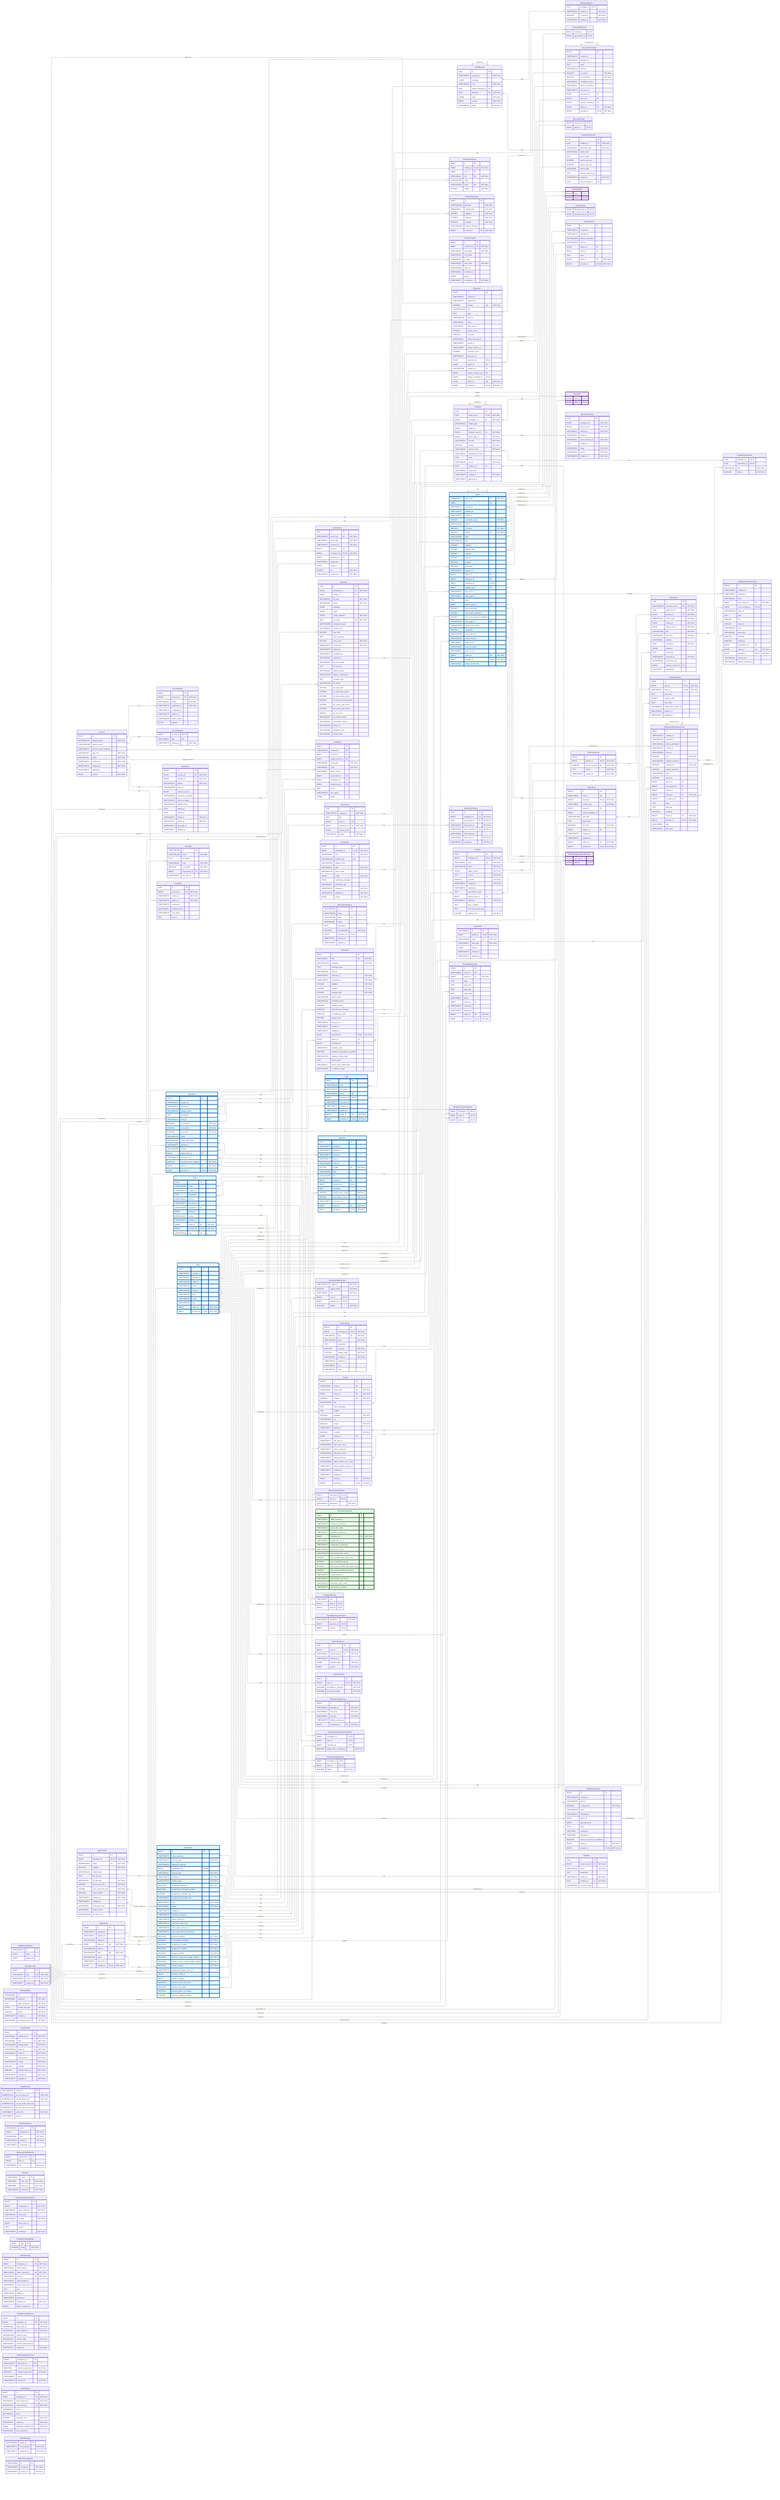
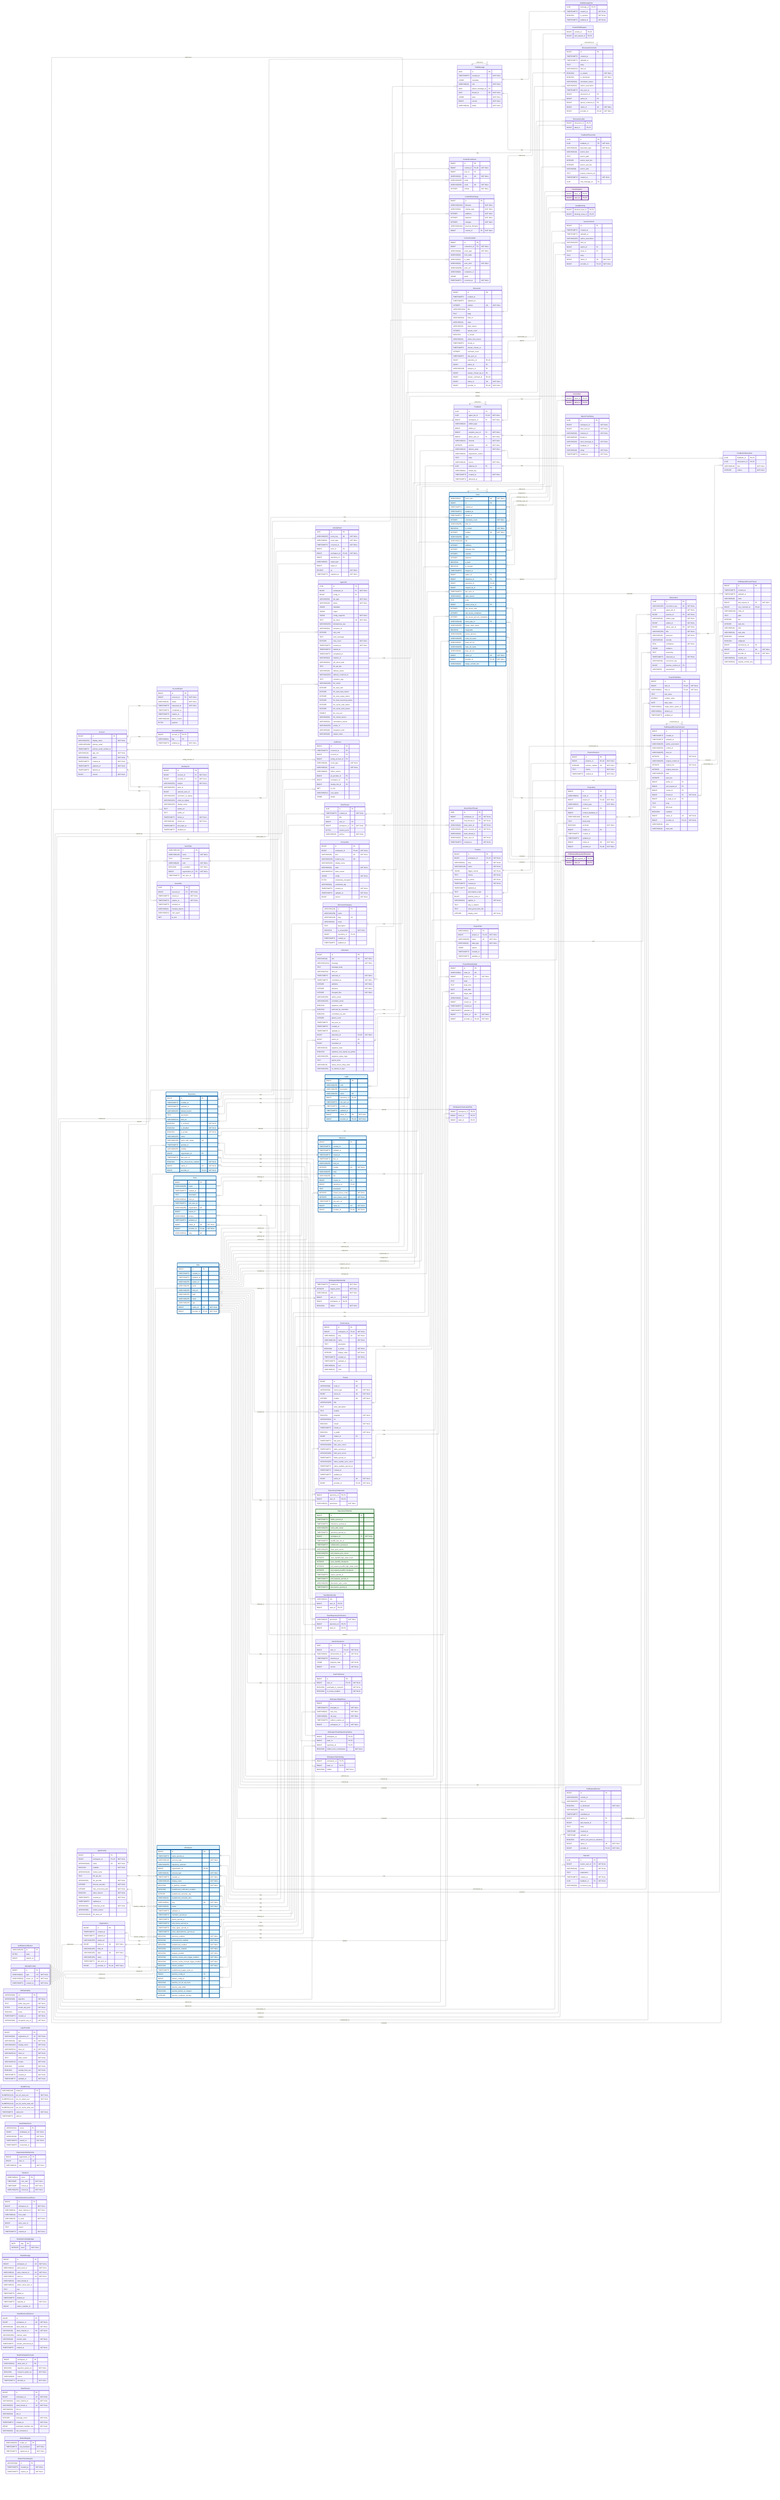
---
config:
    layout: elk
---
erDiagram
    %% Generated automatically from PostgreSQL database schema
    %% using scripts/generate-mermaid-erd.ts
    %% To regenerate: pnpm run db:generate-erd-docs

    direction LR

    Account {
        BIGINT id PK
        VARCHAR(255) display_name "NOT NULL"
        USER-DEFINED primary_email
        TIMESTAMPTZ primary_email_verified_at
        VARCHAR(16) app_role "NOT NULL"
        VARCHAR(16) status "NOT NULL"
        TIMESTAMPTZ created_at "NOT NULL"
        TIMESTAMPTZ updated_at "NOT NULL"
        TIMESTAMPTZ deleted_at
        BIGINT version "NOT NULL"
    }

    AccountExport {
        BIGINT id PK
        BIGINT account_id FK "NOT NULL"
        VARCHAR(16) status "NOT NULL"
        TIMESTAMPTZ requested_at "NOT NULL"
        TIMESTAMPTZ completed_at
        TIMESTAMPTZ expires_at
        VARCHAR(128) failure_reason
        BYTEA payload
    }

    AccountFeature {
        BIGINT account_id PK,FK
        VARCHAR(64) flag PK
        TIMESTAMPTZ enabled_at "NOT NULL"
    }

    ActivityEvent {
        UUID id PK
        VARCHAR(255) event_key UK "NOT NULL"
        VARCHAR(64) event_type "NOT NULL"
        TIMESTAMPTZ occurred_at "NOT NULL"
        BIGINT actor_id FK
        BIGINT workspace_id FK,UK "NOT NULL"
        BIGINT repository_id FK
        VARCHAR(32) target_type
        BIGINT target_id
        DOUBLE xp "NOT NULL"
        TIMESTAMPTZ ingested_at "NOT NULL"
    }

    AgentConfig {
        BIGINT id PK
        BIGINT workspace_id FK,UK "NOT NULL"
        VARCHAR(100) name UK "NOT NULL"
        BOOLEAN enabled "NOT NULL"
        VARCHAR(128) model_name
        TEXT llm_api_key
        VARCHAR(32) llm_provider "NOT NULL"
        INTEGER timeout_seconds "NOT NULL"
        INTEGER max_concurrent_jobs "NOT NULL"
        BOOLEAN allow_internet "NOT NULL"
        TIMESTAMPTZ created_at "NOT NULL"
        TIMESTAMPTZ updated_at
        VARCHAR(16) credential_mode "NOT NULL"
        VARCHAR(50) model_version
        VARCHAR(2048) llm_base_url
    }

    AgentJob {
        UUID id PK
        BIGINT workspace_id FK "NOT NULL"
        BIGINT config_id FK
        VARCHAR(50) job_type "NOT NULL"
        VARCHAR(20) status "NOT NULL"
        JSONB metadata
        JSONB output
        JSONB config_snapshot "NOT NULL"
        TEXT job_token UK "NOT NULL"
        VARCHAR(255) idempotency_key
        VARCHAR(64) container_id
        INTEGER exit_code
        TEXT error_message
        INTEGER retry_count "NOT NULL"
        TIMESTAMPTZ created_at "NOT NULL"
        TIMESTAMPTZ started_at
        TIMESTAMPTZ completed_at
        VARCHAR(64) network_id
        VARCHAR(64) job_token_hash
        TEXT llm_api_key
        VARCHAR(20) delivery_status
        VARCHAR(255) delivery_comment_id
        TEXT container_logs
        VARCHAR(100) llm_model
        INTEGER llm_total_calls
        INTEGER llm_total_input_tokens
        INTEGER llm_total_output_tokens
        INTEGER llm_total_reasoning_tokens
        INTEGER llm_cache_read_tokens
        INTEGER llm_cache_write_tokens
        DOUBLE llm_cost_usd
        VARCHAR(50) llm_model_version
        VARCHAR(32) cancellation_reason
        VARCHAR(255) worker_id
        VARCHAR(48) integration_kind
        VARCHAR(48) subject_class
    }

    AuthEvent {
        BIGINT id PK
        TIMESTAMPTZ occurred_at PK
        BIGINT account_id FK
        BIGINT acting_account_id FK
        VARCHAR(48) event_type "NOT NULL"
        VARCHAR(16) result "NOT NULL"
        VARCHAR(64) failure_reason
        BIGINT git_provider_id FK
        BIGINT workspace_id FK
        BIGINT identity_link_id FK
        INET ip_inet
        VARCHAR(512) user_agent
        JSONB details
    }

    AuthRateLimitBucket {
        VARCHAR(255) id PK
        BYTEA state
        BIGINT expires_at
    }

    ChatMessage {
        UUID id PK
        TIMESTAMPTZ created_at "NOT NULL"
        JSONB metadata
        VARCHAR(16) role "NOT NULL"
        UUID parent_message_id FK
        UUID thread_id FK "NOT NULL"
        JSONB parts "NOT NULL"
        BIGINT version "NOT NULL"
        VARCHAR(16) status "NOT NULL"
    }

    ChatMessageVote {
        UUID message_id PK,FK
        TIMESTAMPTZ created_at "NOT NULL"
        BOOLEAN is_upvoted "NOT NULL"
        TIMESTAMPTZ updated_at "NOT NULL"
    }

    ChatThread {
        UUID id PK
        TIMESTAMPTZ created_at "NOT NULL"
        TEXT title
        BIGINT user_id FK
        BIGINT workspace_id FK "NOT NULL"
        BYTEA session_jsonl
        VARCHAR(16) surface "NOT NULL"
    }

    CommitContributor {
        BIGINT id PK
        BIGINT commit_id FK,UK "NOT NULL"
        BIGINT user_id FK
        VARCHAR(32) role UK "NOT NULL"
        VARCHAR(255) name
        VARCHAR(255) email UK "NOT NULL"
        INTEGER ordinal "NOT NULL"
    }

    CommitFileChange {
        BIGINT id PK
        VARCHAR(1024) filename "NOT NULL"
        VARCHAR(32) change_type "NOT NULL"
        INTEGER additions "NOT NULL"
        INTEGER deletions "NOT NULL"
        INTEGER changes "NOT NULL"
        VARCHAR(1024) previous_filename
        BIGINT commit_id FK "NOT NULL"
    }

    CommitPullRequest {
        BIGINT commit_id PK,FK
        BIGINT pull_request_id PK,FK
    }

    Connection {
        BIGINT id PK
        BIGINT workspace_id FK,UK "NOT NULL"
        VARCHAR(48) kind UK "NOT NULL"
        VARCHAR(128) instance_key UK
        VARCHAR(256) display_name
        VARCHAR(32) state "NOT NULL"
        VARCHAR(512) state_reason
        JSONB config "NOT NULL"
        BYTEA credentials_encrypted
        VARCHAR(64) credentials_alg
        TIMESTAMPTZ created_at "NOT NULL"
        TIMESTAMPTZ updated_at "NOT NULL"
        BIGINT version "NOT NULL"
    }

    ConnectionAudit {
        BIGINT id PK
        BIGINT connection_id FK "NOT NULL"
        VARCHAR(48) event_type "NOT NULL"
        VARCHAR(32) from_state
        VARCHAR(32) to_state
        VARCHAR(32) actor_kind "NOT NULL"
        VARCHAR(256) actor_ref
        VARCHAR(64) correlation_id
        JSONB detail
        TIMESTAMPTZ occurred_at "NOT NULL"
    }

    Discussion {
        BIGINT id PK
        TIMESTAMPTZ created_at
        TIMESTAMPTZ updated_at
        INTEGER number UK "NOT NULL"
        VARCHAR(1024) title
        TEXT body
        VARCHAR(512) html_url
        VARCHAR(16) state
        VARCHAR(32) state_reason
        INTEGER upvote_count
        BOOLEAN is_locked
        VARCHAR(32) active_lock_reason
        TIMESTAMPTZ closed_at
        TIMESTAMPTZ answer_chosen_at
        INTEGER comment_count
        TIMESTAMPTZ last_sync_at
        BIGINT repository_id FK,UK
        BIGINT author_id FK
        VARCHAR(128) category_id FK
        BIGINT answer_chosen_by_id FK
        BIGINT answer_comment_id FK,UK
        BIGINT native_id UK "NOT NULL"
        BIGINT provider_id FK,UK "NOT NULL"
    }

    DiscussionCategory {
        VARCHAR(128) id PK
        VARCHAR(255) name
        VARCHAR(128) slug UK
        VARCHAR(32) emoji
        TEXT description
        BOOLEAN is_answerable "NOT NULL"
        BIGINT repository_id FK,UK
        TIMESTAMPTZ created_at
        TIMESTAMPTZ updated_at
    }

    DiscussionComment {
        BIGINT id PK
        TIMESTAMPTZ created_at
        TIMESTAMPTZ updated_at
        TEXT body
        VARCHAR(512) html_url
        BOOLEAN is_answer "NOT NULL"
        BOOLEAN is_minimized "NOT NULL"
        VARCHAR(64) minimized_reason
        VARCHAR(32) author_association
        TIMESTAMPTZ last_sync_at
        BIGINT discussion_id FK
        BIGINT author_id FK
        BIGINT parent_comment_id FK
        BIGINT native_id UK "NOT NULL"
        BIGINT provider_id FK,UK "NOT NULL"
    }

    DiscussionLabel {
        BIGINT discussion_id PK,FK
        BIGINT label_id PK,FK
    }

    Feedback {
        UUID id PK
        UUID agent_job_id FK,UK "NOT NULL"
        BIGINT workspace_id FK "NOT NULL"
        VARCHAR(32) artifact_type
        BIGINT artifact_id
        BIGINT recipient_user_id FK "NOT NULL"
        BIGINT about_user_id FK "NOT NULL"
        VARCHAR(32) channel "NOT NULL"
        INTEGER position UK "NOT NULL"
        VARCHAR(16) delivery_state "NOT NULL"
        VARCHAR(32) suppression_reason
        TEXT body
        VARCHAR(16) source "NOT NULL"
        UUID replaces_id FK
        VARCHAR(64) thread_key
        TIMESTAMPTZ created_at "NOT NULL"
        TIMESTAMPTZ delivered_at
    }

    FeedbackObservation {
        UUID feedback_id PK,FK
        UUID observation_id PK,FK
        VARCHAR(16) role "NOT NULL"
        INTEGER ordinal "NOT NULL"
    }

    FeedbackPlacement {
        UUID id PK
        UUID feedback_id FK "NOT NULL"
        VARCHAR(32) placement_type "NOT NULL"
        VARCHAR(16) anchor_kind
        TEXT anchor_path
        INTEGER anchor_start_line
        INTEGER anchor_end_line
        VARCHAR(8) anchor_side
        TEXT posted_comment_ref
        TIMESTAMPTZ created_at "NOT NULL"
        UUID chat_message_id FK
    }

    GitCommit {
        BIGINT id PK
        VARCHAR(40) sha UK "NOT NULL"
        VARCHAR(1024) message "NOT NULL"
        TEXT message_body
        VARCHAR(512) html_url
        TIMESTAMPTZ authored_at "NOT NULL"
        TIMESTAMPTZ committed_at "NOT NULL"
        INTEGER additions "NOT NULL"
        INTEGER deletions "NOT NULL"
        INTEGER changed_files "NOT NULL"
        VARCHAR(255) author_email
        VARCHAR(255) committer_email
        BOOLEAN signature_valid
        BOOLEAN authored_by_committer
        BOOLEAN committed_via_web
        INTEGER parent_count
        TIMESTAMPTZ last_sync_at
        TIMESTAMPTZ created_at
        TIMESTAMPTZ updated_at
        BIGINT repository_id FK,UK "NOT NULL"
        BIGINT author_id FK
        BIGINT committer_id FK
        VARCHAR(32) signature_state
        BOOLEAN signature_was_signed_by_github
        VARCHAR(255) signature_signer_login
        TEXT parent_shas
        VARCHAR(32) status_check_rollup_state
        VARCHAR(255) on_behalf_of_login
    }

    IdentityLink {
        BIGINT id PK
        BIGINT account_id FK "NOT NULL"
        BIGINT provider_id FK "NOT NULL"
        VARCHAR(255) subject "NOT NULL"
        VARCHAR(255) team_id
        BIGINT external_actor_id
        VARCHAR(255) username_at_signup
        VARCHAR(320) email_at_signup
        VARCHAR(255) display_name
        TEXT avatar_url
        TEXT profile_url
        TIMESTAMPTZ linked_at "NOT NULL"
        VARCHAR(16) linked_via "NOT NULL"
        TIMESTAMPTZ last_login_at
        TIMESTAMPTZ disabled_at
    }

    IdentityProvider {
        BIGINT id PK
        VARCHAR(10) type UK "NOT NULL"
        VARCHAR(512) server_url UK "NOT NULL"
        TIMESTAMPTZ created_at "NOT NULL"
    }

    Issue {
        VARCHAR(31) issue_type UK "NOT NULL"
        BIGINT id PK
        TIMESTAMPTZ created_at
        TIMESTAMPTZ updated_at
        TIMESTAMPTZ closed_at
        INTEGER comments_count "NOT NULL"
        VARCHAR(255) html_url
        BOOLEAN is_locked "NOT NULL"
        INTEGER number UK "NOT NULL"
        VARCHAR(255) state
        VARCHAR(1024) title
        INTEGER additions
        INTEGER changed_files
        INTEGER commits
        INTEGER deletions
        BOOLEAN is_draft
        BOOLEAN is_merged
        TIMESTAMPTZ merged_at
        BIGINT author_id FK
        BIGINT milestone_id FK
        BIGINT repository_id FK,UK
        BIGINT merged_by_id FK
        TIMESTAMPTZ last_sync_at
        VARCHAR(32) state_reason
        TEXT body
        BIGINT parent_issue_id FK
        INTEGER sub_issues_total
        INTEGER sub_issues_completed
        INTEGER sub_issues_percent_completed
        VARCHAR(128) issue_type_id FK
        VARCHAR(255) merge_state_status
        BOOLEAN mergeable
        VARCHAR(255) review_decision
        VARCHAR(255) head_ref_name
        VARCHAR(40) head_ref_oid
        VARCHAR(255) base_ref_name
        VARCHAR(40) base_ref_oid
        BIGINT native_id UK "NOT NULL"
        BIGINT provider_id FK,UK "NOT NULL"
        VARCHAR(40) merge_commit_sha
    }

    IssueAssignee {
        BIGINT issue_id PK,FK
        BIGINT user_id PK,FK
    }

    IssueBlocking {
        BIGINT blocked_issue_id PK,FK
        BIGINT blocking_issue_id PK,FK
    }

    IssueComment {
        BIGINT id PK
        TIMESTAMPTZ created_at
        TIMESTAMPTZ updated_at
        VARCHAR(255) author_association
        VARCHAR(255) html_url
        BIGINT author_id FK
        BIGINT issue_id FK
        TEXT body
        BIGINT native_id UK "NOT NULL"
        BIGINT provider_id FK,UK "NOT NULL"
    }

    IssueLabel {
        BIGINT issue_id PK,FK
        BIGINT label_id PK,FK
    }

    IssueType {
        VARCHAR(128) id PK
        VARCHAR(128) name "NOT NULL"
        TEXT description
        VARCHAR(20) color "NOT NULL"
        BOOLEAN is_enabled "NOT NULL"
        BIGINT organization_id FK "NOT NULL"
        TIMESTAMPTZ last_sync_at
    }

    IssuedJwt {
        UUID jti PK
        BIGINT account_id FK "NOT NULL"
        TIMESTAMPTZ issued_at "NOT NULL"
        TIMESTAMPTZ expires_at "NOT NULL"
        TIMESTAMPTZ revoked_at
        VARCHAR(32) revoked_reason
        VARCHAR(512) user_agent
        INET ip_inet
    }

    JwtSigningKey {
        VARCHAR(64) kid PK
        VARCHAR(16) algorithm "NOT NULL"
        TEXT public_key_pem "NOT NULL"
        BYTEA private_key_pem "NOT NULL"
        BOOLEAN active "NOT NULL"
        TIMESTAMPTZ created_at "NOT NULL"
        VARCHAR(64) encryption_key_id "NOT NULL"
    }

    Label {
        BIGINT id PK
        VARCHAR(255) color
        VARCHAR(255) description
        VARCHAR(255) name UK
        BIGINT repository_id FK,UK
        TIMESTAMPTZ last_sync_at
        TIMESTAMPTZ created_at
        TIMESTAMPTZ updated_at
        BIGINT native_id UK "NOT NULL"
        BIGINT provider_id FK,UK "NOT NULL"
    }

    LoginProvider {
        BIGINT id PK
        VARCHAR(64) registration_id UK "NOT NULL"
        VARCHAR(10) type UK "NOT NULL"
        VARCHAR(255) display_name "NOT NULL"
        VARCHAR(512) base_url UK "NOT NULL"
        VARCHAR(512) client_id "NOT NULL"
        TEXT client_secret "NOT NULL"
        VARCHAR(512) scopes "NOT NULL"
        BOOLEAN enabled "NOT NULL"
        BOOLEAN seeded_from_env "NOT NULL"
        TIMESTAMPTZ created_at "NOT NULL"
        TIMESTAMPTZ updated_at "NOT NULL"
    }

    MentorSlackThread {
        UUID id PK
        BIGINT workspace_id UK "NOT NULL"
        UUID chat_thread_id FK "NOT NULL"
        VARCHAR(32) slack_team_id "NOT NULL"
        VARCHAR(32) slack_channel_id UK "NOT NULL"
        VARCHAR(32) slack_thread_ts
        VARCHAR(32) slack_user_id "NOT NULL"
        TIMESTAMPTZ created_at "NOT NULL"
    }

    MentorTurnRating {
        UUID id PK
        BIGINT workspace_id "NOT NULL"
        BIGINT rater_user_id "NOT NULL"
        VARCHAR(32) channel_id "NOT NULL"
        VARCHAR(32) thread_ts
        VARCHAR(32) slack_message_ts "NOT NULL"
        UUID feedback_id FK
        VARCHAR(16) rating "NOT NULL"
-         VARCHAR(16) source "NOT NULL"
        TIMESTAMPTZ created_at "NOT NULL"
    }

    Milestone {
        BIGINT id PK
        TIMESTAMPTZ created_at
        TIMESTAMPTZ updated_at
        TIMESTAMPTZ closed_at
        TIMESTAMPTZ due_on
        VARCHAR(255) html_url
        INTEGER number UK "NOT NULL"
        VARCHAR(255) state
        VARCHAR(255) title
        BIGINT creator_id FK
        BIGINT repository_id FK,UK
        TEXT description
        INTEGER closed_issues_count "NOT NULL"
        INTEGER open_issues_count "NOT NULL"
        TIMESTAMPTZ last_sync_at
        BIGINT native_id UK "NOT NULL"
        BIGINT provider_id FK,UK "NOT NULL"
    }

    ModelPricing {
        VARCHAR(128) model_id PK
        NUMERIC(12,6) per_1k_input_usd "NOT NULL"
        NUMERIC(12,6) per_1k_output_usd "NOT NULL"
        NUMERIC(12,6) per_1k_cache_read_usd
        NUMERIC(12,6) per_1k_cache_write_usd
        TIMESTAMPTZ valid_from "NOT NULL"
        TIMESTAMPTZ valid_to
    }

    OauthStateNonce {
        VARCHAR(32) nonce PK
        BIGINT workspace_id "NOT NULL"
        VARCHAR(48) kind "NOT NULL"
        TIMESTAMPTZ issued_at "NOT NULL"
        TIMESTAMPTZ consumed_at
    }

    Observation {
        UUID id PK
        VARCHAR(255) occurrence_key UK "NOT NULL"
        UUID agent_job_id "NOT NULL"
        BIGINT practice_id FK "NOT NULL"
        VARCHAR(32) artifact_type "NOT NULL"
        BIGINT artifact_id "NOT NULL"
        BIGINT about_user_id FK "NOT NULL"
        VARCHAR(255) title "NOT NULL"
        VARCHAR(16) presence "NOT NULL"
        VARCHAR(16) severity
        REAL confidence "NOT NULL"
        JSONB evidence
        TEXT reasoning
        TIMESTAMPTZ observed_at "NOT NULL"
        VARCHAR(64) recurrence_key
        BIGINT practice_revision_id FK
        VARCHAR(8) assessment
    }

    Organization {
        BIGINT id PK
        TIMESTAMPTZ created_at
        TIMESTAMPTZ updated_at
        VARCHAR(255) avatar_url
        BIGINT native_id UK "NOT NULL"
        VARCHAR(255) html_url
        VARCHAR(255) login UK "NOT NULL"
        VARCHAR(255) name
        TIMESTAMPTZ last_sync_at
        BIGINT provider_id FK,UK "NOT NULL"
    }

    OrganizationMembership {
        BIGINT organization_id PK
        BIGINT user_id PK
        VARCHAR(32) role "NOT NULL"
    }

    Practice {
        BIGINT id PK
        BIGINT workspace_id FK,UK "NOT NULL"
        VARCHAR(64) slug UK "NOT NULL"
        VARCHAR(128) name "NOT NULL"
        JSONB trigger_events "NOT NULL"
        TEXT criteria "NOT NULL"
        BOOLEAN is_active "NOT NULL"
        TIMESTAMPTZ created_at "NOT NULL"
        TIMESTAMPTZ updated_at
        TEXT precompute_script
        BIGINT practice_area_id FK
        VARCHAR(32) applies_to "NOT NULL"
        TEXT why_it_matters
        TEXT what_good_looks_like
        INTEGER display_order "NOT NULL"
    }

    PracticeArea {
        BIGINT id PK
        BIGINT workspace_id FK,UK "NOT NULL"
        VARCHAR(64) slug UK "NOT NULL"
        VARCHAR(128) name "NOT NULL"
        TEXT description
        BOOLEAN is_active "NOT NULL"
        INTEGER display_order "NOT NULL"
        TIMESTAMPTZ created_at "NOT NULL"
        TIMESTAMPTZ updated_at
        VARCHAR(64) icon
        VARCHAR(32) color
    }

    PracticeRevision {
        BIGINT id PK
        BIGINT practice_id FK,UK "NOT NULL"
        INTEGER revision_number UK "NOT NULL"
        TEXT criteria "NOT NULL"
        TIMESTAMPTZ created_at "NOT NULL"
    }

    Project {
        BIGINT id PK
        VARCHAR(64) node_id UK
        VARCHAR(32) owner_type UK "NOT NULL"
        BIGINT owner_id UK "NOT NULL"
        INTEGER number UK "NOT NULL"
        VARCHAR(256) title
        TEXT short_description
        TEXT readme
        BOOLEAN template "NOT NULL"
        VARCHAR(512) url
        BOOLEAN closed "NOT NULL"
        TIMESTAMPTZ closed_at
        BOOLEAN is_public "NOT NULL"
        BIGINT creator_id FK
        TIMESTAMPTZ last_sync_at
        VARCHAR(256) item_sync_cursor
        TIMESTAMPTZ items_synced_at
        VARCHAR(256) field_sync_cursor
        TIMESTAMPTZ fields_synced_at
        VARCHAR(256) status_update_sync_cursor
        TIMESTAMPTZ status_updates_synced_at
        TIMESTAMPTZ created_at
        TIMESTAMPTZ updated_at
        BIGINT native_id UK "NOT NULL"
        BIGINT provider_id FK,UK "NOT NULL"
    }

    ProjectField {
        VARCHAR(64) id PK
        BIGINT project_id FK,UK "NOT NULL"
        VARCHAR(256) name UK "NOT NULL"
        VARCHAR(32) data_type "NOT NULL"
        JSONB options
        TIMESTAMPTZ created_at
        TIMESTAMPTZ updated_at
    }

    ProjectFieldValue {
        BIGINT id PK
        BIGINT item_id FK,UK "NOT NULL"
        VARCHAR(64) field_id FK,UK "NOT NULL"
        TEXT text_value
        DOUBLE number_value
        DATE date_value
        VARCHAR(64) single_select_option_id
        VARCHAR(64) iteration_id
        TIMESTAMPTZ updated_at
    }

    ProjectItem {
        BIGINT id PK
        VARCHAR(64) node_id UK
        BIGINT project_id FK,UK "NOT NULL"
        VARCHAR(32) content_type "NOT NULL"
        BIGINT issue_id FK
        BIGINT content_database_id
        VARCHAR(1024) draft_title
        TEXT draft_body
        BOOLEAN archived "NOT NULL"
        BIGINT creator_id FK
        TIMESTAMPTZ created_at
        TIMESTAMPTZ updated_at
        BIGINT native_id UK "NOT NULL"
        BIGINT provider_id FK,UK "NOT NULL"
    }

    ProjectStatusUpdate {
        BIGINT id PK
        VARCHAR(64) node_id UK
        BIGINT project_id FK "NOT NULL"
        TEXT body
        TEXT body_html
        DATE start_date
        DATE target_date
        VARCHAR(32) status
        BIGINT creator_id FK
        TIMESTAMPTZ created_at
        TIMESTAMPTZ updated_at
        BIGINT native_id UK "NOT NULL"
        BIGINT provider_id FK,UK "NOT NULL"
    }

    PullRequestRequestedReviewer {
        BIGINT pull_request_id PK,FK
        BIGINT user_id PK,FK
    }

    PullRequestReview {
        BIGINT id PK
        VARCHAR(255) commit_id
        VARCHAR(255) html_url
        BOOLEAN is_dismissed "NOT NULL"
        VARCHAR(255) state
        TIMESTAMPTZ submitted_at
        BIGINT author_id FK
        BIGINT pull_request_id FK
        TEXT body
        TIMESTAMP created_at
        TIMESTAMP updated_at
        BOOLEAN author_can_push_to_repository
        BIGINT native_id UK "NOT NULL"
        BIGINT provider_id FK,UK "NOT NULL"
    }

    PullRequestReviewComment {
        BIGINT id PK
        TIMESTAMPTZ created_at
        TIMESTAMPTZ updated_at
        VARCHAR(255) author_association
        VARCHAR(255) commit_id
        VARCHAR(255) html_url
        INTEGER line "NOT NULL"
        VARCHAR(255) original_commit_id
        INTEGER original_line "NOT NULL"
        INTEGER original_start_line
        VARCHAR(255) path
        INTEGER start_line
        BIGINT author_id FK
        BIGINT pull_request_id FK
        BIGINT review_id FK
        BIGINT thread_id FK "NOT NULL"
        BIGINT in_reply_to_id FK
        TEXT body
        TEXT diff_hunk
        BOOLEAN outdated
        BIGINT native_id UK "NOT NULL"
        BIGINT provider_id FK,UK "NOT NULL"
        VARCHAR(16) side
        VARCHAR(16) start_side
    }

    PullRequestReviewThread {
        BIGINT id PK
        TIMESTAMPTZ created_at
        TIMESTAMPTZ updated_at
        VARCHAR(20) state
        BIGINT pull_request_id FK "NOT NULL"
        BIGINT root_comment_id FK,UK
        VARCHAR(128) node_id
        TEXT path
        INTEGER line
        INTEGER start_line
        VARCHAR(16) side
        VARCHAR(16) start_side
        BOOLEAN outdated
        BOOLEAN collapsed
        BIGINT resolved_by_id FK
        BIGINT native_id UK "NOT NULL"
        BIGINT provider_id FK,UK "NOT NULL"
        VARCHAR(64) commit_sha
        VARCHAR(64) original_commit_sha
    }

    Reaction {
        UUID id PK
        BIGINT reactor_user_id FK "NOT NULL"
        VARCHAR(16) action "NOT NULL"
        TEXT explanation
        TIMESTAMPTZ created_at "NOT NULL"
        UUID feedback_id FK "NOT NULL"
        VARCHAR(64) recurrence_key
    }

    Repository {
        BIGINT id PK
        TIMESTAMPTZ created_at
        TIMESTAMPTZ updated_at
        VARCHAR(255) default_branch
        TEXT description
        VARCHAR(512) html_url
        BOOLEAN is_archived "NOT NULL"
        BOOLEAN is_disabled "NOT NULL"
        BOOLEAN is_private "NOT NULL"
        VARCHAR(255) name
        VARCHAR(150) name_with_owner UK
        TIMESTAMPTZ pushed_at
        VARCHAR(255) visibility
        BIGINT organization_id FK
        TIMESTAMPTZ last_sync_at
        BOOLEAN has_discussions_enabled "NOT NULL"
        BIGINT native_id UK "NOT NULL"
        BIGINT provider_id FK,UK "NOT NULL"
    }

    RepositoryCollaborator {
        BIGINT repository_id PK,FK
        BIGINT user_id PK,FK
        VARCHAR(32) permission "NOT NULL"
    }

    RepositoryToMonitor {
        BIGINT id PK
        TIMESTAMPTZ labels_synced_at
        TIMESTAMPTZ milestones_synced_at
        VARCHAR(255) name_with_owner
        TIMESTAMPTZ repository_synced_at
        BIGINT workspace_id FK "NOT NULL"
        TIMESTAMPTZ backfill_last_run_at
        TIMESTAMPTZ collaborators_synced_at
        VARCHAR(255) issue_sync_cursor
        VARCHAR(255) pull_request_sync_cursor
        INTEGER issue_backfill_high_water_mark
        INTEGER issue_backfill_checkpoint
        INTEGER pull_request_backfill_high_water_mark
        INTEGER pull_request_backfill_checkpoint
        TIMESTAMPTZ issues_synced_at
        TIMESTAMPTZ pull_requests_synced_at
        VARCHAR(255) discussion_sync_cursor
        TIMESTAMPTZ discussions_synced_at
    }

    Shedlock {
        VARCHAR(64) name PK
        TIMESTAMP lock_until "NOT NULL"
        TIMESTAMP locked_at "NOT NULL"
        VARCHAR(255) locked_by "NOT NULL"
    }

    SlackChannelConsentEvent {
        BIGINT id PK
        BIGINT workspace_id "NOT NULL"
        VARCHAR(32) slack_channel_id "NOT NULL"
        VARCHAR(16) from_state
        VARCHAR(16) to_state "NOT NULL"
        BIGINT actor_user_id
        TEXT reason
        TIMESTAMPTZ created_at "NOT NULL"
    }

    SlackMentorDailyBudget {
        DATE day PK
        INTEGER used "NOT NULL"
    }

    SlackMessage {
        BIGINT id PK
        BIGINT workspace_id UK "NOT NULL"
        VARCHAR(32) slack_team_id "NOT NULL"
        VARCHAR(32) slack_channel_id UK "NOT NULL"
        VARCHAR(32) slack_ts UK "NOT NULL"
        VARCHAR(32) slack_thread_ts
        VARCHAR(32) author_slack_user_id
        TEXT text
        TIMESTAMPTZ edited_at
        TIMESTAMPTZ deleted_at
        TIMESTAMPTZ ingested_at "NOT NULL"
        BIGINT author_member_id
    }

    SlackMonitoredChannel {
        BIGINT id PK
        BIGINT workspace_id UK "NOT NULL"
        VARCHAR(32) slack_team_id "NOT NULL"
        VARCHAR(32) slack_channel_id UK "NOT NULL"
        VARCHAR(256) channel_name
        VARCHAR(16) consent_state "NOT NULL"
        TIMESTAMPTZ consent_announced_at
        TIMESTAMPTZ created_at "NOT NULL"
    }

    SlackParticipantConsent {
        BIGINT workspace_id PK
        VARCHAR(32) slack_user_id PK
        BOOLEAN ingestion_opted_out "NOT NULL"
        BOOLEAN research_opted_out "NOT NULL"
        VARCHAR(32) source
        TIMESTAMPTZ decided_at "NOT NULL"
    }

    SlackThread {
        BIGINT id PK
        BIGINT workspace_id UK "NOT NULL"
        VARCHAR(32) slack_channel_id UK "NOT NULL"
        VARCHAR(32) slack_thread_ts UK "NOT NULL"
        VARCHAR(32) first_ts
        VARCHAR(32) last_ts
        INTEGER message_count "NOT NULL"
        TIMESTAMPTZ created_at "NOT NULL"
        ARRAY participant_member_ids "NOT NULL"
        VARCHAR(32) last_reviewed_ts
    }

    Team {
        BIGINT id PK
        VARCHAR(255) name
        TIMESTAMPTZ created_at
        TEXT description
        VARCHAR(512) html_url
        TIMESTAMPTZ last_sync_at
        VARCHAR(255) organization UK
        BIGINT parent_id
        VARCHAR(32) privacy
        TIMESTAMPTZ updated_at
        BIGINT native_id UK "NOT NULL"
        BIGINT provider_id FK,UK "NOT NULL"
        VARCHAR(512) slug UK
    }

    TeamMembership {
        VARCHAR(32) role
        BIGINT user_id PK,FK
        BIGINT team_id PK,FK
    }

    TeamRepositoryPermission {
        VARCHAR(32) permission "NOT NULL"
        BIGINT repository_id PK,FK
        BIGINT team_id PK,FK
    }

    User {
        BIGINT id PK
        TIMESTAMPTZ created_at
        TIMESTAMPTZ updated_at
        VARCHAR(255) avatar_url
        VARCHAR(255) email
        VARCHAR(255) html_url
        VARCHAR(255) login
        VARCHAR(255) name
        VARCHAR(255) type
        BIGINT native_id UK "NOT NULL"
        BIGINT provider_id FK,UK "NOT NULL"
    }

    UserAchievement {
        UUID id PK
        BIGINT user_id FK,UK "NOT NULL"
        VARCHAR(64) achievement_id UK "NOT NULL"
        TIMESTAMPTZ unlocked_at
        JSONB progress_data "NOT NULL"
        BIGINT version "NOT NULL"
    }

    UserPreference {
        BIGINT id PK
        BIGINT user_id FK,UK "NOT NULL"
        BOOLEAN participate_in_research "NOT NULL"
        BOOLEAN ai_review_enabled "NOT NULL"
    }

    WorkerRegistry {
        VARCHAR(255) worker_id PK
        TIMESTAMPTZ last_heartbeat "NOT NULL"
        TIMESTAMPTZ registered_at "NOT NULL"
    }

    WorkerTokenDenylist {
        VARCHAR(64) jti PK
        TIMESTAMPTZ revoked_at "NOT NULL"
        TIMESTAMPTZ expires_at "NOT NULL"
    }

    Workspace {
        BIGINT id PK
        TIMESTAMPTZ users_synced_at
        VARCHAR(120) account_login "NOT NULL"
        VARCHAR(255) repository_selection
        BIGINT organization_id FK,UK
        VARCHAR(10) account_type "NOT NULL"
        TIMESTAMPTZ created_at "NOT NULL"
        VARCHAR(120) display_name "NOT NULL"
        BOOLEAN is_publicly_viewable "NOT NULL"
        BOOLEAN leaderboard_notification_enabled
        INTEGER leaderboard_schedule_day
        VARCHAR(10) leaderboard_schedule_time
        VARCHAR(64) slug UK "NOT NULL"
        VARCHAR(20) status "NOT NULL"
        TIMESTAMPTZ updated_at
        TIMESTAMPTZ members_synced_at
        TIMESTAMPTZ teams_synced_at
        TIMESTAMPTZ sub_issues_synced_at
        TIMESTAMPTZ issue_types_synced_at
        TIMESTAMPTZ issue_dependencies_synced_at
        BOOLEAN practices_enabled "NOT NULL"
        BOOLEAN achievements_enabled "NOT NULL"
        BOOLEAN leaderboard_enabled "NOT NULL"
        BOOLEAN progression_enabled "NOT NULL"
        BOOLEAN leagues_enabled "NOT NULL"
        BOOLEAN practice_review_auto_trigger_enabled "NOT NULL"
        BOOLEAN practice_review_manual_trigger_enabled "NOT NULL"
        BOOLEAN mentor_enabled "NOT NULL"
        TIMESTAMPTZ leaderboard_league_cycle_at
        BIGINT practice_config_id FK
        BIGINT mentor_config_id FK
        BOOLEAN practice_run_for_all_users
        BOOLEAN practice_skip_drafts
        BOOLEAN practice_deliver_to_merged
        INTEGER practice_cooldown_minutes
    }

    WorkspaceMembership {
        TIMESTAMPTZ created_at "NOT NULL"
        INTEGER league_points "NOT NULL"
        VARCHAR(16) role "NOT NULL"
        BIGINT user_id PK,FK
        BIGINT workspace_id PK,FK
        BOOLEAN hidden "NOT NULL"
    }

    WorkspaceSlugHistory {
        BIGINT id PK
        TIMESTAMPTZ changed_at "NOT NULL"
        VARCHAR(64) new_slug "NOT NULL"
        VARCHAR(64) old_slug "NOT NULL"
        TIMESTAMPTZ redirect_expires_at
        BIGINT workspace_id FK "NOT NULL"
    }

    WorkspaceTeamLabelFilter {
        BIGINT workspace_id PK,FK
        BIGINT team_id PK,FK
        BIGINT label_id PK,FK
    }

    WorkspaceTeamRepositorySetting {
        BIGINT workspace_id PK,FK
        BIGINT team_id PK,FK
        BIGINT repository_id PK,FK
        BOOLEAN hidden_from_contributions "NOT NULL"
    }

    WorkspaceTeamSetting {
        BIGINT workspace_id PK,FK
        BIGINT team_id PK,FK
        BOOLEAN hidden "NOT NULL"
    }

    %% Relationships
    %% One-to-One relationships
    Account ||--|| AccountFeature : has
    Workspace ||--|| ActivityEvent : has
    Workspace ||--|| AgentConfig : has
    ChatMessage ||--|| ChatMessageVote : has
    GitCommit ||--|| CommitContributor : has
    Workspace ||--|| Connection : has
    Repository ||--|| Discussion : has
    DiscussionComment ||--|| Discussion : references
    IdentityProvider ||--|| Discussion : references
    Repository ||--|| DiscussionCategory : has
    IdentityProvider ||--|| DiscussionComment : commented_on
    AgentJob ||--|| Feedback : has
    Repository ||--|| GitCommit : has
    Repository ||--|| Issue : has
    IdentityProvider ||--|| Issue : references
    IdentityProvider ||--|| IssueComment : commented_on
    Repository ||--|| Label : labeled
    IdentityProvider ||--|| Label : labeled
    Repository ||--|| Milestone : has
    IdentityProvider ||--|| Milestone : references
    IdentityProvider ||--|| Organization : references
    Workspace ||--|| Practice : has
    Workspace ||--|| PracticeArea : has
    Practice ||--|| PracticeRevision : has
    IdentityProvider ||--|| Project : references
    Project ||--|| ProjectField : has
    ProjectItem ||--|| ProjectFieldValue : has
    ProjectField ||--|| ProjectFieldValue : has
    Project ||--|| ProjectItem : has
    IdentityProvider ||--|| ProjectItem : references
    IdentityProvider ||--|| ProjectStatusUpdate : references
    IdentityProvider ||--|| PullRequestReview : reviewed
    IdentityProvider ||--|| PullRequestReviewComment : commented_on
    PullRequestReviewComment ||--|| PullRequestReviewThread : reviewed
    IdentityProvider ||--|| PullRequestReviewThread : reviewed
    IdentityProvider ||--|| Repository : references
    IdentityProvider ||--|| Team : references
    IdentityProvider ||--|| User : references
    User ||--|| UserAchievement : has
    User ||--|| UserPreference : has
    Organization ||--|| Workspace : has
    User ||--|| WorkspaceMembership : belongs_to
    Workspace ||--|| WorkspaceMembership : belongs_to

    %% One-to-Many relationships
    Account ||--o{ AccountExport : has
    User ||--o{ ActivityEvent : references
    Repository ||--o{ ActivityEvent : has
    Workspace ||--o{ AgentJob : has
    AgentConfig ||--o{ AgentJob : has
    Account ||--o{ AuthEvent : account_id
    Account ||--o{ AuthEvent : acting_account_id
    IdentityProvider ||--o{ AuthEvent : references
    Workspace ||--o{ AuthEvent : has
    IdentityLink ||--o{ AuthEvent : has
    ChatMessage ||--o{ ChatMessage : references
    ChatThread ||--o{ ChatMessage : has
    User ||--o{ ChatThread : has
    Workspace ||--o{ ChatThread : has
    User ||--o{ CommitContributor : has
    GitCommit ||--o{ CommitFileChange : has
    Connection ||--o{ ConnectionAudit : has
    User ||--o{ Discussion : authored_by
    DiscussionCategory ||--o{ Discussion : has
    User ||--o{ Discussion : references
    Discussion ||--o{ DiscussionComment : commented_on
    User ||--o{ DiscussionComment : commented_on
    DiscussionComment ||--o{ DiscussionComment : commented_on
    Workspace ||--o{ Feedback : has
    User ||--o{ Feedback : recipient_user_id
    User ||--o{ Feedback : about_user_id
    Feedback ||--o{ Feedback : references
    Feedback ||--o{ FeedbackPlacement : has
    ChatMessage ||--o{ FeedbackPlacement : has
    User ||--o{ GitCommit : authored_by
    User ||--o{ GitCommit : references
    Account ||--o{ IdentityLink : has
    IdentityProvider ||--o{ IdentityLink : references
    User ||--o{ Issue : authored_by
    Milestone ||--o{ Issue : has
    User ||--o{ Issue : merged_by
    Issue ||--o{ Issue : has
    IssueType ||--o{ Issue : has
    User ||--o{ IssueComment : commented_on
    Issue ||--o{ IssueComment : commented_on
    Organization ||--o{ IssueType : has
    Account ||--o{ IssuedJwt : has
    ChatThread ||--o{ MentorSlackThread : has
    Feedback ||--o{ MentorTurnRating : has
    User ||--o{ Milestone : created_by
    Practice ||--o{ Observation : has
    User ||--o{ Observation : has
    PracticeRevision ||--o{ Observation : has
    PracticeArea ||--o{ Practice : has
    User ||--o{ Project : created_by
    Issue ||--o{ ProjectItem : has
    User ||--o{ ProjectItem : created_by
    Project ||--o{ ProjectStatusUpdate : has
    User ||--o{ ProjectStatusUpdate : created_by
    User ||--o{ PullRequestReview : reviewed
    Issue ||--o{ PullRequestReview : reviewed
    User ||--o{ PullRequestReviewComment : commented_on
    Issue ||--o{ PullRequestReviewComment : commented_on
    PullRequestReview ||--o{ PullRequestReviewComment : commented_on
    PullRequestReviewThread ||--o{ PullRequestReviewComment : commented_on
    PullRequestReviewComment ||--o{ PullRequestReviewComment : commented_on
    Issue ||--o{ PullRequestReviewThread : reviewed
    User ||--o{ PullRequestReviewThread : reviewed
    User ||--o{ Reaction : has
    Feedback ||--o{ Reaction : has
    Organization ||--o{ Repository : has
    Workspace ||--o{ RepositoryToMonitor : monitors
    AgentConfig ||--o{ Workspace : practice_config_id
    AgentConfig ||--o{ Workspace : mentor_config_id
    Workspace ||--o{ WorkspaceSlugHistory : has

    %% Many-to-Many relationships
    GitCommit }o--o{ CommitPullRequest : has
    Issue }o--o{ CommitPullRequest : references
    Discussion }o--o{ DiscussionLabel : labeled
    Label }o--o{ DiscussionLabel : labeled
    Feedback }o--o{ FeedbackObservation : has
    Observation }o--o{ FeedbackObservation : has
    Issue }o--o{ IssueAssignee : assigned_to
    User }o--o{ IssueAssignee : assigned_to
    Issue }o--o{ IssueBlocking : blocked_issue_id
    Issue }o--o{ IssueBlocking : blocking_issue_id
    Issue }o--o{ IssueLabel : labeled
    Label }o--o{ IssueLabel : labeled
    Issue }o--o{ PullRequestRequestedReviewer : reviewed
    User }o--o{ PullRequestRequestedReviewer : reviewed
    Repository }o--o{ RepositoryCollaborator : has
    User }o--o{ RepositoryCollaborator : has
    User }o--o{ TeamMembership : belongs_to
    Team }o--o{ TeamMembership : belongs_to
    Repository }o--o{ TeamRepositoryPermission : has
    Team }o--o{ TeamRepositoryPermission : has
    Workspace }o--o{ WorkspaceTeamLabelFilter : labeled
    Team }o--o{ WorkspaceTeamLabelFilter : labeled
    Label }o--o{ WorkspaceTeamLabelFilter : labeled
    Workspace }o--o{ WorkspaceTeamRepositorySetting : has
    Team }o--o{ WorkspaceTeamRepositorySetting : has
    Repository }o--o{ WorkspaceTeamRepositorySetting : has
    Workspace }o--o{ WorkspaceTeamSetting : has
    Team }o--o{ WorkspaceTeamSetting : has

    %% Styling
    classDef primaryEntity fill:#e1f5fe,stroke:#01579b,stroke-width:2px
    classDef associationEntity fill:#f3e5f5,stroke:#4a148c,stroke-width:2px
    classDef metadataEntity fill:#e8f5e8,stroke:#1b5e20,stroke-width:2px

    class Issue primaryEntity
    class IssueAssignee associationEntity
    class IssueLabel associationEntity
    class Label primaryEntity
    class Milestone primaryEntity
    class PullRequestRequestedReviewer associationEntity
    class Repository primaryEntity
    class RepositoryToMonitor metadataEntity
    class Team primaryEntity
    class User primaryEntity
    class Workspace primaryEntity
